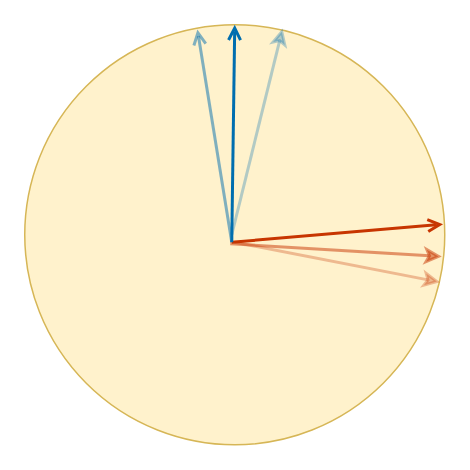
jweihe/CLIP keeps this draw.io diagram as Untitled Diagram.drawio. Above is the earlier version. Source tidied: cells renumbered, new cells numbered last; positions are measured from the earlier drawing's top-left corner, leaving out a move shared by most shapes. Both pictures are drawn from the tidied source at 150%, with x=0, y=0 at pixel (24, 24).
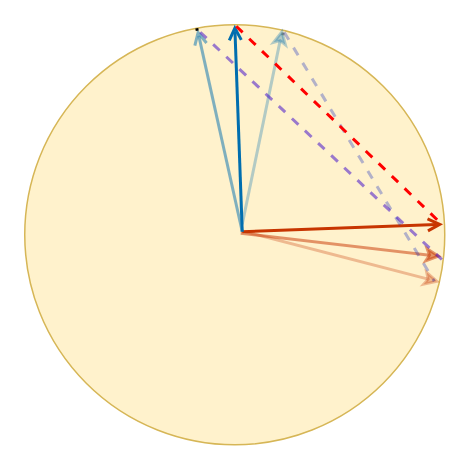
Above is the later version.

The change refers to these unchanged cells:
```xml
<mxCell id="2" style="ellipse;whiteSpace=wrap;html=1;strokeColor=#d6b656;points=[[0,0.5,0,0,0],[0.15,0.15,0,0,0],[0.15,0.85,0,0,0],[0.5,0,0,0,0],[0.5,0.49,0,0,0],[0.5,1,0,0,0],[0.85,0.15,0,0,0],[0.85,0.85,0,0,0],[1,0.5,0,0,0]];fillColor=#fff2cc;" parent="1" vertex="1">
  <mxGeometry width="280" height="280" as="geometry" />
</mxCell>
```

Change to the diagram source:
```diff
@@
     <mxCell id="3" style="endArrow=open;html=1;rounded=0;fillColor=#fa6800;strokeColor=#C73500;strokeWidth=2;entryX=0.996;entryY=0.475;entryDx=0;entryDy=0;entryPerimeter=0;endFill=0;" parent="1" edge="1" target="2">
       <mxGeometry relative="1" as="geometry">
-        <mxPoint x="138" y="145" as="sourcePoint" />
+        <mxPoint x="145" y="138" as="sourcePoint" />
       </mxGeometry>
     </mxCell>
     <mxCell id="4" style="endArrow=open;html=1;rounded=0;strokeWidth=2;entryX=0.5;entryY=0;entryDx=0;entryDy=0;entryPerimeter=0;fillColor=#1ba1e2;strokeColor=#006EAF;endFill=0;" parent="1" edge="1" target="2">
       <mxGeometry relative="1" as="geometry">
-        <mxPoint x="138" y="145" as="sourcePoint" />
+        <mxPoint x="145" y="138" as="sourcePoint" />
       </mxGeometry>
     </mxCell>
     <mxCell id="5" style="endArrow=open;html=1;strokeWidth=2;entryX=0.411;entryY=0.011;entryDx=0;entryDy=0;entryPerimeter=0;strokeColor=#006EAF;fillColor=#1ba1e2;curved=1;endFill=0;shadow=0;sketch=0;opacity=50;" parent="1" edge="1" target="2">
       <mxGeometry relative="1" as="geometry">
-        <mxPoint x="138" y="145" as="sourcePoint" />
+        <mxPoint x="145" y="138" as="sourcePoint" />
       </mxGeometry>
     </mxCell>
     <mxCell id="6" style="endArrow=classic;html=1;shadow=0;sketch=0;strokeColor=#C73500;strokeWidth=2;opacity=50;curved=1;entryX=0.993;entryY=0.552;entryDx=0;entryDy=0;entryPerimeter=0;fillColor=#fa6800;" parent="1" edge="1" target="2">
       <mxGeometry relative="1" as="geometry">
-        <mxPoint x="137" y="146" as="sourcePoint" />
+        <mxPoint x="144" y="139" as="sourcePoint" />
         <Array as="points">
-          <mxPoint x="138" y="146" />
+          <mxPoint x="145" y="139" />
         </Array>
       </mxGeometry>
     </mxCell>
     <mxCell id="7" style="endArrow=classic;html=1;shadow=0;sketch=0;strokeColor=#C73500;strokeWidth=2;opacity=30;curved=1;entryX=0.989;entryY=0.613;entryDx=0;entryDy=0;entryPerimeter=0;fillColor=#fa6800;" parent="1" edge="1" target="2">
       <mxGeometry relative="1" as="geometry">
-        <mxPoint x="140" y="145" as="sourcePoint" />
+        <mxPoint x="147" y="138" as="sourcePoint" />
       </mxGeometry>
     </mxCell>
     <mxCell id="8" style="endArrow=classic;html=1;shadow=0;sketch=0;strokeColor=#006EAF;strokeWidth=2;opacity=30;curved=1;entryX=0.614;entryY=0.009;entryDx=0;entryDy=0;entryPerimeter=0;fillColor=#1ba1e2;" parent="1" edge="1" target="2">
       <mxGeometry relative="1" as="geometry">
-        <mxPoint x="138" y="140" as="sourcePoint" />
+        <mxPoint x="145" y="133" as="sourcePoint" />
       </mxGeometry>
     </mxCell>
+    <mxCell id="9" style="endArrow=none;dashed=1;html=1;dashPattern=1 3;strokeWidth=2;shadow=0;sketch=0;opacity=30;curved=1;" parent="1" edge="1" target="2">
+      <mxGeometry relative="1" as="geometry">
+        <mxPoint x="172" y="7" as="sourcePoint" />
+      </mxGeometry>
+    </mxCell>
+    <mxCell id="10" style="endArrow=none;dashed=1;html=1;shadow=0;sketch=0;strokeColor=#001DBC;strokeWidth=2;curved=1;fillColor=#0050ef;opacity=30;" parent="1" edge="1">
+      <mxGeometry relative="1" as="geometry">
+        <mxPoint x="173" y="5" as="sourcePoint" />
+        <mxPoint x="273" y="171" as="targetPoint" />
+      </mxGeometry>
+    </mxCell>
+    <mxCell id="11" style="endArrow=none;dashed=1;html=1;shadow=0;sketch=0;strokeColor=#FF0000;strokeWidth=2;curved=1;fillColor=#a20025;" parent="1" edge="1">
+      <mxGeometry relative="1" as="geometry">
+        <mxPoint x="141" y="1" as="sourcePoint" />
+        <mxPoint x="277" y="132" as="targetPoint" />
+      </mxGeometry>
+    </mxCell>
+    <mxCell id="12" style="endArrow=none;dashed=1;html=1;shadow=0;sketch=0;strokeColor=#000000;strokeWidth=2;curved=1;" parent="1" edge="1" target="2">
+      <mxGeometry relative="1" as="geometry">
+        <mxPoint x="115" y="4" as="sourcePoint" />
+      </mxGeometry>
+    </mxCell>
+    <mxCell id="13" style="endArrow=none;dashed=1;html=1;shadow=0;sketch=0;strokeColor=#3700CC;strokeWidth=2;curved=1;entryX=0.993;entryY=0.559;entryDx=0;entryDy=0;entryPerimeter=0;fillColor=#6a00ff;opacity=50;" parent="1" edge="1" target="2">
+      <mxGeometry relative="1" as="geometry">
+        <mxPoint x="117" y="5" as="sourcePoint" />
+      </mxGeometry>
+    </mxCell>
```
